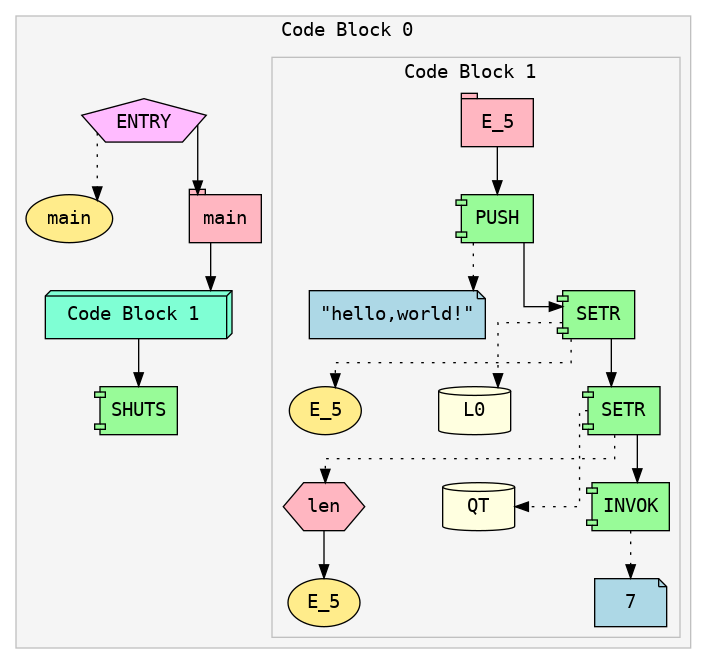
Soham-Metha/IICT_Segfault_2025 keeps this Graphviz diagram as ir.png. Above is the earlier version. Its source is kept beside it as ir.dot.
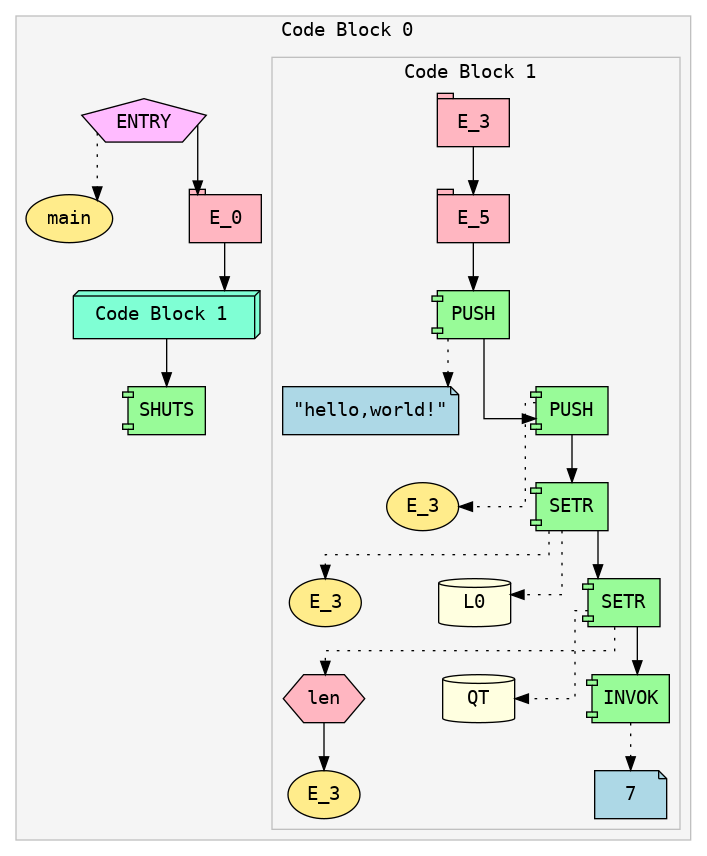
The same file after the commit.

The edit, as a diff of the source:
```diff
@@ -11,7 +11,7 @@
 Expr_1 [shape=pentagon style=filled fillcolor=plum1 fontname="Courier" label="ENTRY"]
 Expr_2 [shape=ellipse style=filled fillcolor=lightgoldenrod1 fontname="Courier" label="main"]
 Expr_1 -> Expr_2 [style=dotted]
-Expr_3 [shape=tab style=filled fillcolor=lightpink fontname="Courier" label="main"]
+Expr_3 [shape=tab style=filled fillcolor=lightpink fontname="Courier" label="E_0"]
 Expr_1 -> Expr_3;
 subgraph cluster_4 {
 label="Code Block 1 ";
@@ -19,33 +19,39 @@
 color=gray;
 fillcolor=whitesmoke;
 fontname="Courier";
-Expr_5 [shape=tab style=filled fillcolor=lightpink fontname="Courier" label="E_5"]
-Expr_6 [shape=component style=filled fillcolor=palegreen fontname="Courier" label="PUSH"]
-Expr_7 [shape=note style=filled fillcolor=lightblue fontname="Courier" label="\"hello,world!\""]
-Expr_6 -> Expr_7 [style=dotted]
+Expr_5 [shape=tab style=filled fillcolor=lightpink fontname="Courier" label="E_3"]
+Expr_6 [shape=tab style=filled fillcolor=lightpink fontname="Courier" label="E_5"]
 Expr_5 -> Expr_6;
-Expr_8 [shape=component style=filled fillcolor=palegreen fontname="Courier" label="SETR"]
-Expr_9 [shape=ellipse style=filled fillcolor=lightgoldenrod1 fontname="Courier" label="E_5"]
-Expr_8 -> Expr_9 [style=dotted]
-Expr_10 [shape=cylinder style=filled fillcolor=lightyellow fontname="Courier" label="L0"]
-Expr_8 -> Expr_10 [style=dotted]
-Expr_6 -> Expr_8;
+Expr_7 [shape=component style=filled fillcolor=palegreen fontname="Courier" label="PUSH"]
+Expr_8 [shape=note style=filled fillcolor=lightblue fontname="Courier" label="\"hello,world!\""]
+Expr_7 -> Expr_8 [style=dotted]
+Expr_6 -> Expr_7;
+Expr_9 [shape=component style=filled fillcolor=palegreen fontname="Courier" label="PUSH"]
+Expr_10 [shape=ellipse style=filled fillcolor=lightgoldenrod1 fontname="Courier" label="E_3"]
+Expr_9 -> Expr_10 [style=dotted]
+Expr_7 -> Expr_9;
 Expr_11 [shape=component style=filled fillcolor=palegreen fontname="Courier" label="SETR"]
-Expr_12 [shape=hexagon style=filled fillcolor=lightpink fontname="Courier" label="len"]
-Expr_13 [shape=ellipse style=filled fillcolor=lightgoldenrod1 fontname="Courier" label="E_5"]
-Expr_12 -> Expr_13
+Expr_12 [shape=ellipse style=filled fillcolor=lightgoldenrod1 fontname="Courier" label="E_3"]
 Expr_11 -> Expr_12 [style=dotted]
-Expr_14 [shape=cylinder style=filled fillcolor=lightyellow fontname="Courier" label="QT"]
-Expr_11 -> Expr_14 [style=dotted]
-Expr_8 -> Expr_11;
-Expr_15 [shape=component style=filled fillcolor=palegreen fontname="Courier" label="INVOK"]
-Expr_16 [shape=note style=filled fillcolor=lightblue fontname="Courier" label="7"]
-Expr_15 -> Expr_16 [style=dotted]
-Expr_11 -> Expr_15;
+Expr_13 [shape=cylinder style=filled fillcolor=lightyellow fontname="Courier" label="L0"]
+Expr_11 -> Expr_13 [style=dotted]
+Expr_9 -> Expr_11;
+Expr_14 [shape=component style=filled fillcolor=palegreen fontname="Courier" label="SETR"]
+Expr_15 [shape=hexagon style=filled fillcolor=lightpink fontname="Courier" label="len"]
+Expr_16 [shape=ellipse style=filled fillcolor=lightgoldenrod1 fontname="Courier" label="E_3"]
+Expr_15 -> Expr_16
+Expr_14 -> Expr_15 [style=dotted]
+Expr_17 [shape=cylinder style=filled fillcolor=lightyellow fontname="Courier" label="QT"]
+Expr_14 -> Expr_17 [style=dotted]
+Expr_11 -> Expr_14;
+Expr_18 [shape=component style=filled fillcolor=palegreen fontname="Courier" label="INVOK"]
+Expr_19 [shape=note style=filled fillcolor=lightblue fontname="Courier" label="7"]
+Expr_18 -> Expr_19 [style=dotted]
+Expr_14 -> Expr_18;
 }
 Expr_4 [shape=box3d style=filled fillcolor=aquamarine fontname="Courier" label=" Code Block 1  "]
 Expr_3 -> Expr_4;
-Expr_17 [shape=component style=filled fillcolor=palegreen fontname="Courier" label="SHUTS"]
-Expr_4 -> Expr_17;
+Expr_20 [shape=component style=filled fillcolor=palegreen fontname="Courier" label="SHUTS"]
+Expr_4 -> Expr_20;
 }
 }
```
